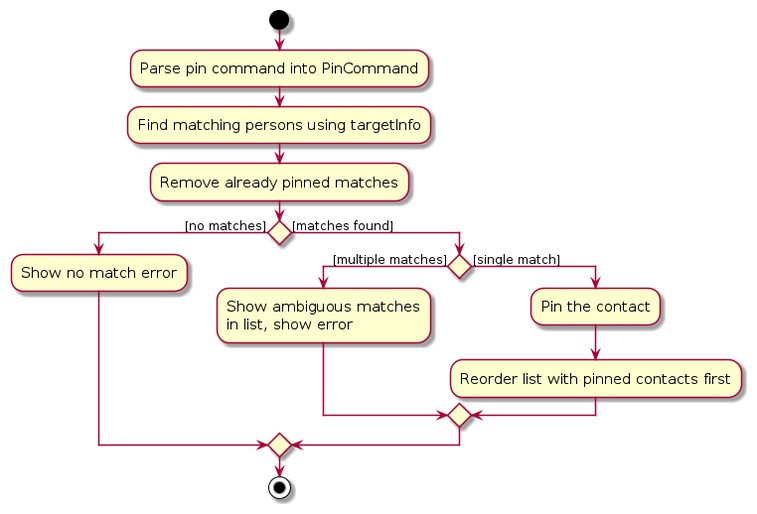
This is diagrams/PinActivityDiagram.png from AY2526S2-CS2103-F08-4/tp, a PlantUML export, as it was before one commit. Its source is kept beside it as diagrams/PinActivityDiagram.puml.
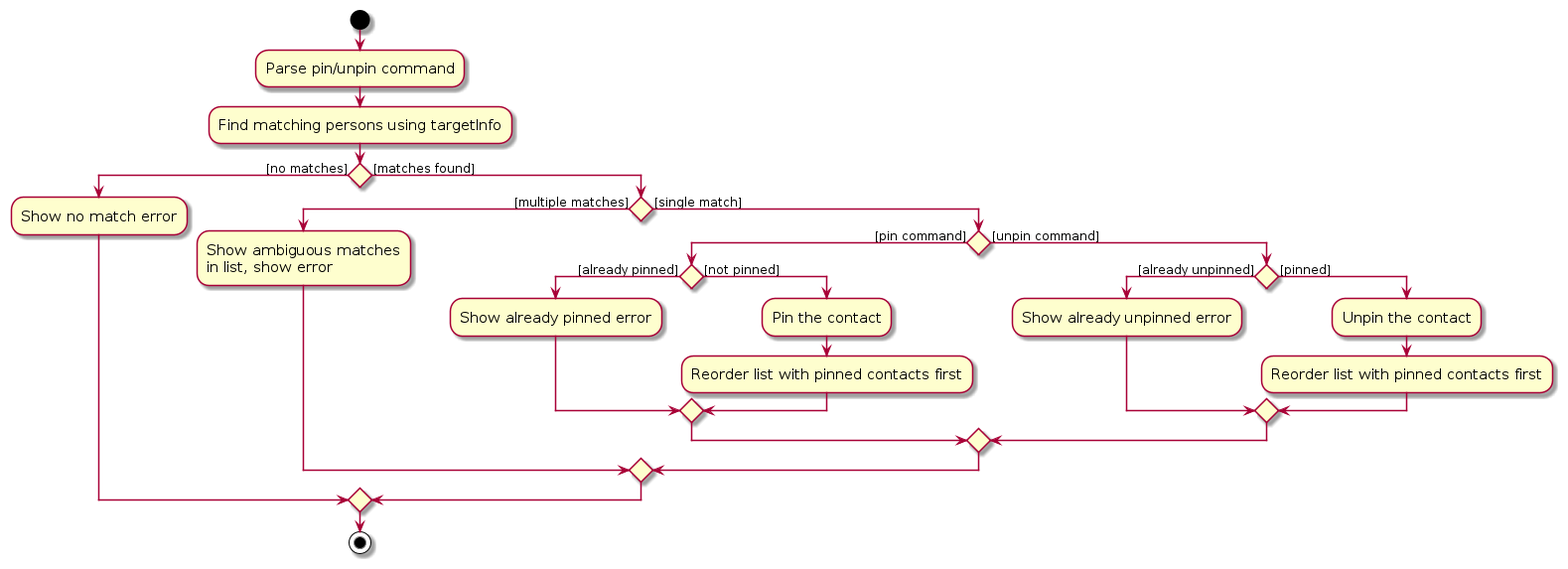
Later version of the same file.

Diff of the diagram source:
```diff
@@ -4,9 +4,8 @@
 skinparam ArrowFontSize 12
 
 start
-:Parse pin command into PinCommand;
+:Parse pin/unpin command;
 :Find matching persons using targetInfo;
-:Remove already pinned matches;
 
 if () then ([no matches])
   :Show no match error;
@@ -14,8 +13,21 @@
   if () then ([multiple matches])
     :Show ambiguous matches\nin list, show error;
   else ([single match])
-    :Pin the contact;
-    :Reorder list with pinned contacts first;
+    if () then ([pin command])
+      if () then ([already pinned])
+        :Show already pinned error;
+      else ([not pinned])
+        :Pin the contact;
+        :Reorder list with pinned contacts first;
+      endif
+    else ([unpin command])
+      if () then ([already unpinned])
+        :Show already unpinned error;
+      else ([pinned])
+        :Unpin the contact;
+        :Reorder list with pinned contacts first;
+      endif
+    endif
   endif
 endif
 
```
